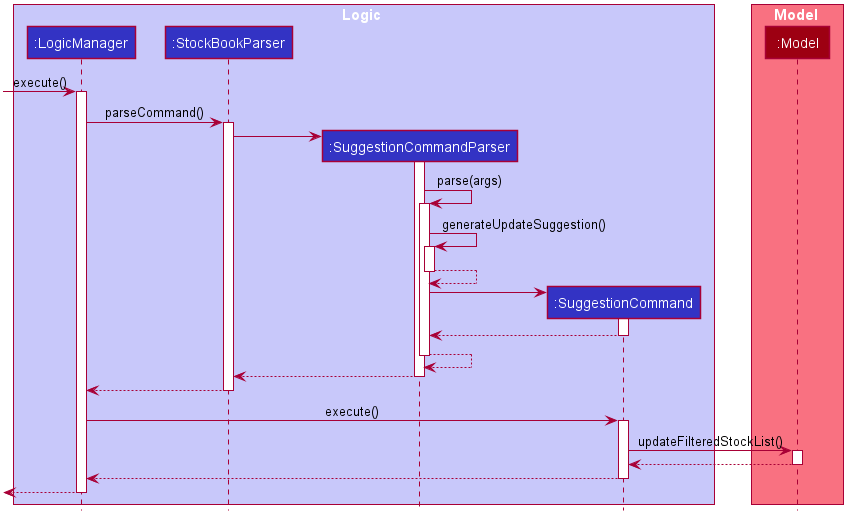
nus-cs2103-AY2021S1/tp keeps this PlantUML diagram as docs/images/SuggestionSequenceDiagramExample1.png. Above is the earlier version. The source it was exported from:
```plantuml
@startuml








skinparam BackgroundColor #FFFFFFF

skinparam Shadowing false

skinparam Class {
    FontColor #FFFFFF
    BorderThickness 1
    BorderColor #FFFFFF
    StereotypeFontColor #FFFFFF
    FontName Arial
}

skinparam Actor {
    BorderColor #000000
    Color #000000
    FontName Arial
}

skinparam Sequence {
    MessageAlign center
    BoxFontSize 15
    BoxPadding 0
    BoxFontColor #FFFFFF
    FontName Arial
}

skinparam Participant {
    FontColor #FFFFFFF
    Padding 20
}

skinparam MinClassWidth 50
skinparam ParticipantPadding 10
skinparam Shadowing false
skinparam DefaultTextAlignment center
skinparam packageStyle Rectangle

hide footbox
hide members
hide circle

box Logic #C8C8FA
participant ":LogicManager" as LogicManager #3333C4
participant ":StockBookParser" as StockBookParser #3333C4
participant ":SuggestionCommandParser" as SuggestionCommandParser #3333C4
participant ":SuggestionCommand" as SuggestionCommand #3333C4
end box

box Model #F97181
participant ":Model" as Model #9D0012
end box

[-> LogicManager : execute()
activate LogicManager

LogicManager -> StockBookParser : parseCommand()
activate StockBookParser

create SuggestionCommandParser
StockBookParser -> SuggestionCommandParser
activate SuggestionCommandParser

SuggestionCommandParser -> SuggestionCommandParser : parse(args)
activate SuggestionCommandParser

SuggestionCommandParser -> SuggestionCommandParser : generateUpdateSuggestion()
activate SuggestionCommandParser

SuggestionCommandParser --> SuggestionCommandParser
deactivate SuggestionCommandParser

create SuggestionCommand
SuggestionCommandParser -> SuggestionCommand
activate SuggestionCommand

SuggestionCommand --> SuggestionCommandParser
deactivate SuggestionCommand

SuggestionCommandParser --> SuggestionCommandParser
deactivate SuggestionCommandParser

SuggestionCommandParser --> StockBookParser
deactivate SuggestionCommandParser

StockBookParser --> LogicManager
deactivate StockBookParser

LogicManager -> SuggestionCommand : execute()
activate SuggestionCommand

SuggestionCommand -> Model : updateFilteredStockList()
activate Model

Model --> SuggestionCommand
deactivate Model

SuggestionCommand --> LogicManager
deactivate SuggestionCommand

[<--LogicManager
deactivate LogicManager
@enduml
```
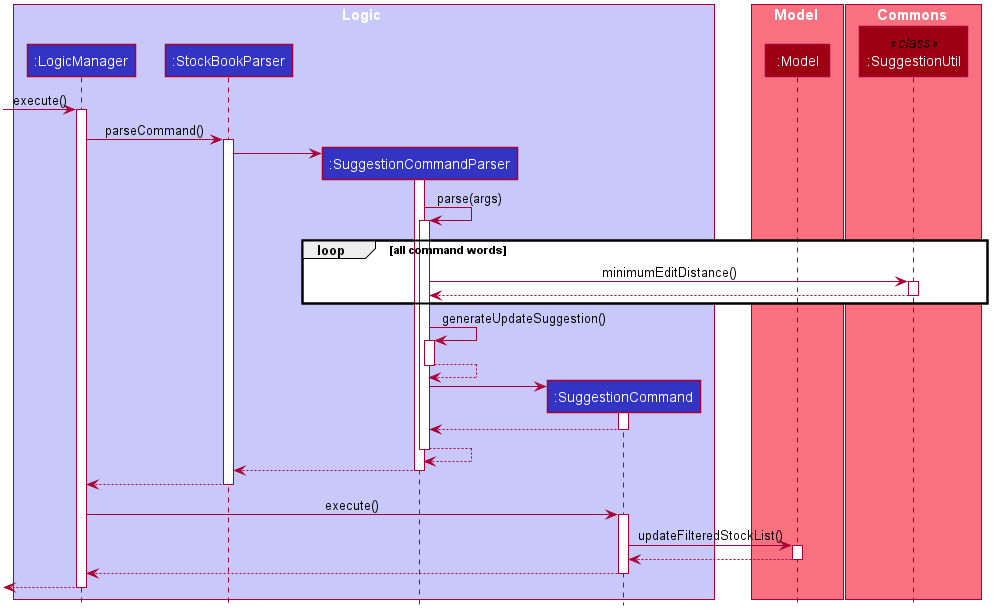
Later version of the same file.

Commit message:
Add sequence diagram for invalid command format example

Diff of the diagram source:
```diff
@@ -59,6 +59,10 @@
 participant ":Model" as Model #9D0012
 end box
 
+box Commons #F97181
+participant ":SuggestionUtil" as SuggestionUtil << class >> #9D0012
+end box
+
 [-> LogicManager : execute()
 activate LogicManager
 
@@ -71,6 +75,14 @@
 
 SuggestionCommandParser -> SuggestionCommandParser : parse(args)
 activate SuggestionCommandParser
+
+loop all command words
+    SuggestionCommandParser -> SuggestionUtil : minimumEditDistance()
+    activate SuggestionUtil
+
+    SuggestionUtil --> SuggestionCommandParser
+    deactivate SuggestionUtil
+end
 
 SuggestionCommandParser -> SuggestionCommandParser : generateUpdateSuggestion()
 activate SuggestionCommandParser
```
